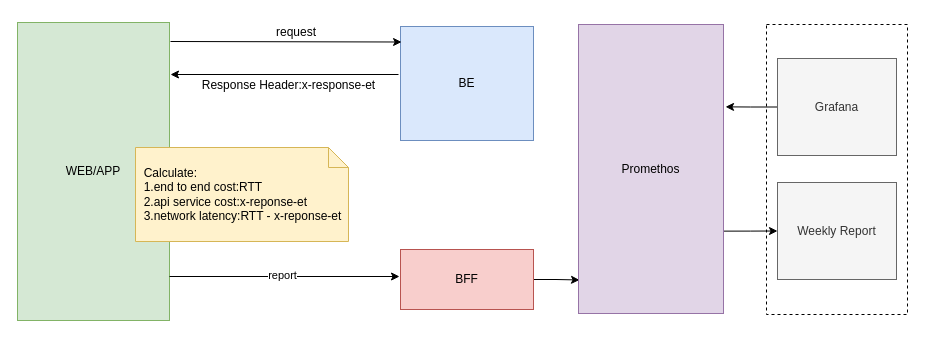
Before: 网络健康度监控.drawio in kekobin/axletree, a draw.io diagram. Source tidied: cells renumbered, new cells numbered last; positions are measured from the earlier drawing's top-left corner, leaving out a move shared by most shapes. Both pictures are drawn from the tidied source at 100%, with x=0, y=0 at pixel (17, 17).
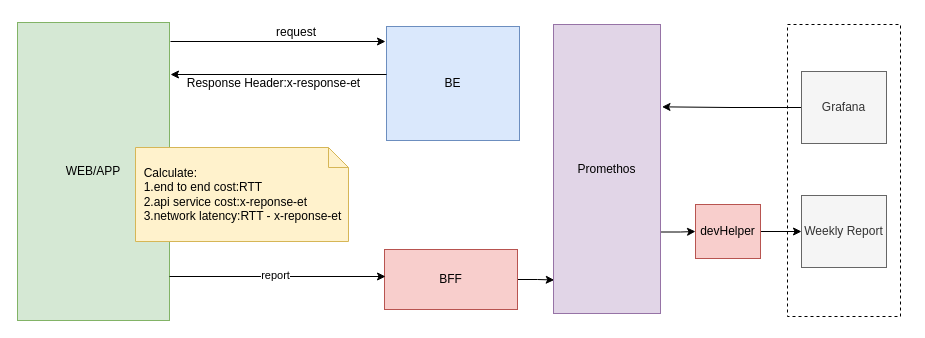
The same diagram, later.

Commit message:
更新网络健康度监控.drawio

Change to the diagram source:
```diff
@@
     <mxCell id="2" style="rounded=0;whiteSpace=wrap;html=1;dashed=1;" parent="1" vertex="1">
-      <mxGeometry x="749" y="7" width="141" height="290" as="geometry" />
+      <mxGeometry x="770" y="7" width="113" height="292" as="geometry" />
     </mxCell>
@@
     <mxCell id="4" value="BE" style="rounded=0;whiteSpace=wrap;html=1;fillColor=#dae8fc;strokeColor=#6c8ebf;" parent="1" vertex="1">
-      <mxGeometry x="383" y="9" width="133" height="114" as="geometry" />
+      <mxGeometry x="369" y="9" width="133" height="114" as="geometry" />
     </mxCell>
-    <mxCell id="5" style="endArrow=classic;html=1;rounded=0;entryX=0.008;entryY=0.136;entryDx=0;entryDy=0;entryPerimeter=0;" parent="1" edge="1" target="4">
+    <mxCell id="5" style="endArrow=classic;html=1;rounded=0;" parent="1" edge="1">
       <mxGeometry relative="1" as="geometry">
         <mxPoint x="153" y="24" as="sourcePoint" />
+        <mxPoint x="368" y="24" as="targetPoint" />
       </mxGeometry>
     </mxCell>
     <mxCell id="6" style="endArrow=classic;html=1;rounded=0;" parent="1" edge="1">
       <mxGeometry relative="1" as="geometry">
-        <mxPoint x="381" y="57" as="sourcePoint" />
+        <mxPoint x="369" y="57" as="sourcePoint" />
         <mxPoint x="153" y="57" as="targetPoint" />
       </mxGeometry>
     </mxCell>
     <mxCell id="7" value="Response Header:x-response-et" style="text;html=1;strokeColor=none;fillColor=none;align=center;verticalAlign=middle;whiteSpace=wrap;rounded=0;" parent="1" vertex="1">
-      <mxGeometry x="173" y="50" width="197" height="35" as="geometry" />
+      <mxGeometry x="158" y="48.5" width="197" height="35" as="geometry" />
     </mxCell>
@@
     <mxCell id="10" value="BFF" style="rounded=0;whiteSpace=wrap;html=1;fillColor=#f8cecc;strokeColor=#b85450;" parent="1" vertex="1">
-      <mxGeometry x="383" y="232" width="133" height="60" as="geometry" />
+      <mxGeometry x="367" y="232" width="133" height="60" as="geometry" />
     </mxCell>
-    <mxCell id="11" style="endArrow=classic;html=1;rounded=0;entryX=0;entryY=0.25;entryDx=0;entryDy=0;" parent="1" edge="1">
+    <mxCell id="11" style="endArrow=classic;html=1;rounded=0;" parent="1" edge="1">
       <mxGeometry relative="1" as="geometry">
         <mxPoint x="152" y="259" as="sourcePoint" />
-        <mxPoint x="382" y="259" as="targetPoint" />
+        <mxPoint x="368" y="259" as="targetPoint" />
       </mxGeometry>
     </mxCell>
@@
-    <mxCell id="14" style="edgeStyle=orthogonalEdgeStyle;rounded=0;jettySize=auto;html=1;exitX=0.993;exitY=0.715;exitDx=0;exitDy=0;exitPerimeter=0;" parent="1" edge="1" source="15" target="18">
-      <mxGeometry relative="1" as="geometry" />
-    </mxCell>
+    <mxCell id="19" style="edgeStyle=orthogonalEdgeStyle;rounded=0;jettySize=auto;html=1;exitX=0.991;exitY=0.718;exitDx=0;exitDy=0;exitPerimeter=0;" parent="1" edge="1" source="15" target="21">
+      <mxGeometry relative="1" as="geometry" />
+    </mxCell>
     <mxCell id="15" value="Promethos" style="rounded=0;whiteSpace=wrap;html=1;fillColor=#e1d5e7;strokeColor=#9673a6;" parent="1" vertex="1">
-      <mxGeometry x="561" y="7" width="145" height="289" as="geometry" />
+      <mxGeometry x="536" y="7" width="107" height="289" as="geometry" />
     </mxCell>
@@
     <mxCell id="17" value="Grafana" style="rounded=0;whiteSpace=wrap;html=1;fillColor=#f5f5f5;strokeColor=#666666;fontColor=#333333;" parent="1" vertex="1">
-      <mxGeometry x="760" y="41" width="119" height="97" as="geometry" />
+      <mxGeometry x="784" y="54" width="85" height="72" as="geometry" />
     </mxCell>
     <mxCell id="18" value="Weekly Report" style="rounded=0;whiteSpace=wrap;html=1;fillColor=#f5f5f5;strokeColor=#666666;fontColor=#333333;" parent="1" vertex="1">
-      <mxGeometry x="760" y="165" width="119" height="97" as="geometry" />
+      <mxGeometry x="784" y="178" width="85" height="72" as="geometry" />
     </mxCell>
+    <mxCell id="20" style="edgeStyle=orthogonalEdgeStyle;rounded=0;jettySize=auto;html=1;" parent="1" edge="1" source="21" target="18">
+      <mxGeometry relative="1" as="geometry" />
+    </mxCell>
+    <mxCell id="21" value="devHelper" style="rounded=0;whiteSpace=wrap;html=1;fillColor=#f8cecc;strokeColor=#b85450;" parent="1" vertex="1">
+      <mxGeometry x="678" y="187" width="65" height="54" as="geometry" />
+    </mxCell>
```
